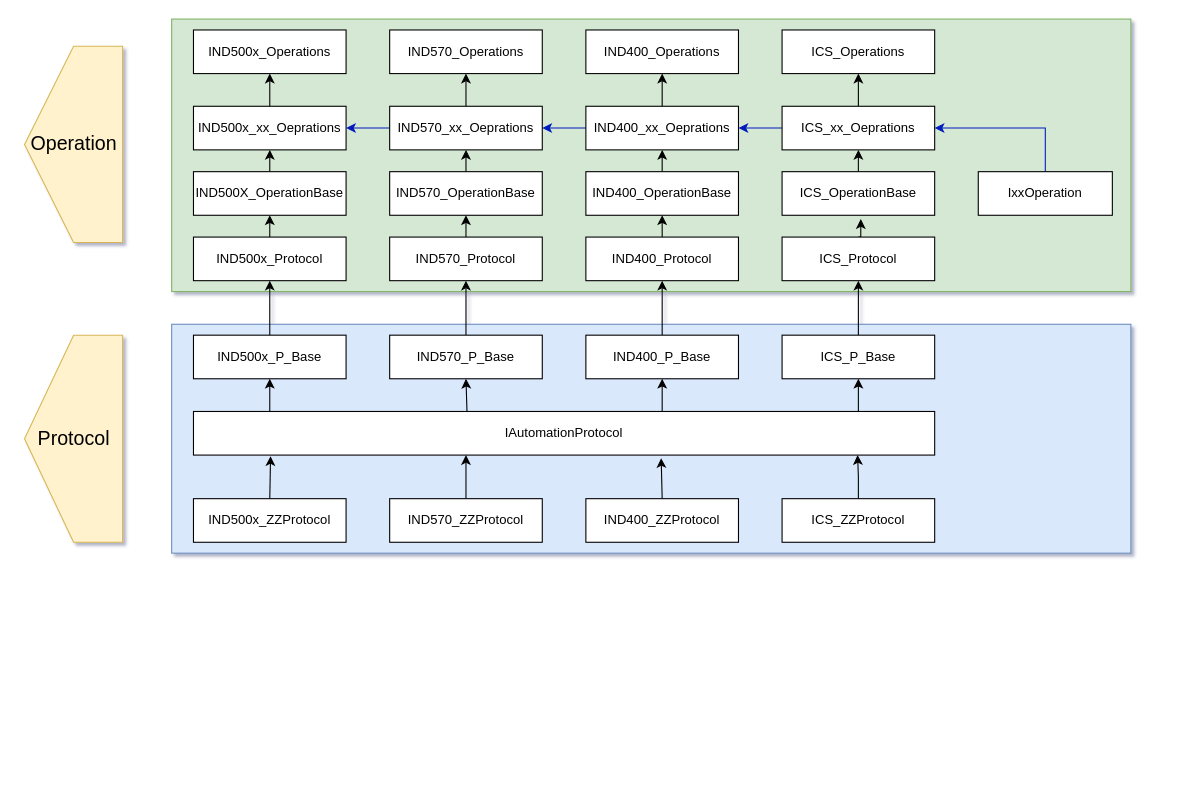
WindMoon111/hello_world keeps this draw.io diagram as 未命名绘图.drawio. Above is the earlier version. Source tidied: cells renumbered, new cells numbered last; positions are measured from the earlier drawing's top-left corner, leaving out a move shared by most shapes. Both pictures are drawn from the tidied source at 109%, with x=0, y=0 at pixel (19, 19).
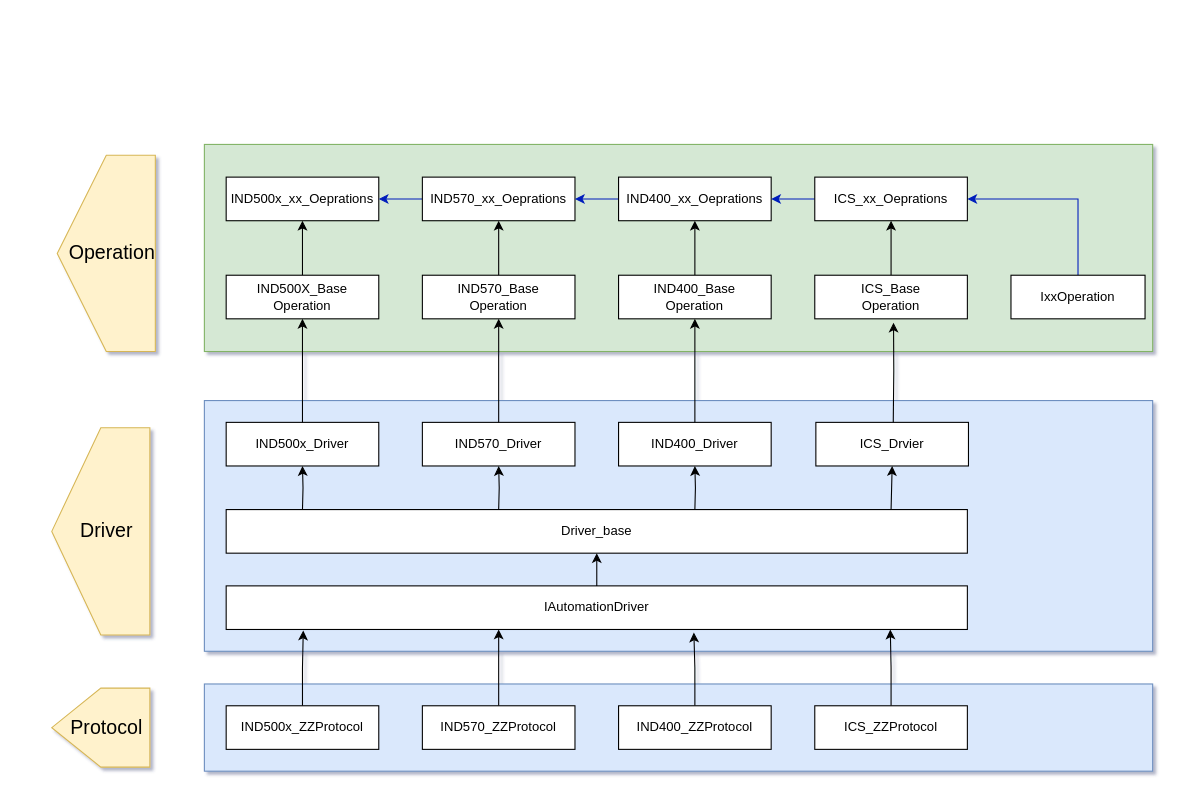
Above is the later version.

Commit message:
更新未命名绘图.drawio

The edit, as a diff of the source:
```diff
@@
+    <mxCell id="62" style="rounded=0;whiteSpace=wrap;html=1;fillColor=#dae8fc;strokeColor=#6c8ebf;" parent="1" vertex="1">
+      <mxGeometry x="170" y="350" width="870" height="230" as="geometry" />
+    </mxCell>
     <mxCell id="2" style="rounded=0;whiteSpace=wrap;html=1;fillColor=#dae8fc;strokeColor=#6c8ebf;" parent="1" vertex="1">
-      <mxGeometry x="140" y="280" width="880" height="210" as="geometry" />
+      <mxGeometry x="170" y="610" width="870" height="80" as="geometry" />
     </mxCell>
     <mxCell id="3" style="rounded=0;whiteSpace=wrap;html=1;fillColor=#d5e8d4;strokeColor=#82b366;" parent="1" vertex="1">
-      <mxGeometry x="140" width="880" height="250" as="geometry" />
+      <mxGeometry x="170" y="115" width="870" height="190" as="geometry" />
     </mxCell>
@@
     <mxCell id="5" value="IND500x_ZZProtocol" style="rounded=0;whiteSpace=wrap;html=1;" parent="1" vertex="1">
-      <mxGeometry x="160" y="440" width="140" height="40" as="geometry" />
+      <mxGeometry x="190" y="630" width="140" height="40" as="geometry" />
     </mxCell>
-    <mxCell id="6" style="edgeStyle=orthogonalEdgeStyle;rounded=0;orthogonalLoop=1;jettySize=auto;html=1;" parent="1" edge="1">
+    <mxCell id="6" style="edgeStyle=orthogonalEdgeStyle;rounded=0;jettySize=auto;html=1;exitX=0.5;exitY=0;exitDx=0;exitDy=0;" parent="1" edge="1" source="7">
       <mxGeometry relative="1" as="geometry">
-        <mxPoint x="410" y="450" as="sourcePoint" />
-        <mxPoint x="410" y="400" as="targetPoint" />
+        <mxPoint x="440" y="560" as="targetPoint" />
       </mxGeometry>
     </mxCell>
     <mxCell id="7" value="IND570_ZZProtocol" style="rounded=0;whiteSpace=wrap;html=1;" parent="1" vertex="1">
-      <mxGeometry x="340" y="440" width="140" height="40" as="geometry" />
+      <mxGeometry x="370" y="630" width="140" height="40" as="geometry" />
     </mxCell>
@@
     <mxCell id="9" value="IND400_ZZProtocol" style="rounded=0;whiteSpace=wrap;html=1;" parent="1" vertex="1">
-      <mxGeometry x="520" y="440" width="140" height="40" as="geometry" />
+      <mxGeometry x="550" y="630" width="140" height="40" as="geometry" />
     </mxCell>
@@
     <mxCell id="11" value="ICS_ZZProtocol" style="rounded=0;whiteSpace=wrap;html=1;" parent="1" vertex="1">
-      <mxGeometry x="700" y="440" width="140" height="40" as="geometry" />
+      <mxGeometry x="730" y="630" width="140" height="40" as="geometry" />
     </mxCell>
-    <mxCell id="12" value="IAutomationProtocol" style="rounded=0;whiteSpace=wrap;html=1;" parent="1" vertex="1">
-      <mxGeometry x="160" y="360" width="680" height="40" as="geometry" />
+    <mxCell id="12" value="IAutomationDriver" style="rounded=0;whiteSpace=wrap;html=1;" parent="1" vertex="1">
+      <mxGeometry x="190" y="520" width="680" height="40" as="geometry" />
     </mxCell>
-    <mxCell id="13" style="edgeStyle=orthogonalEdgeStyle;rounded=0;jettySize=auto;html=1;entryX=0.5;entryY=1;entryDx=0;entryDy=0;" parent="1" edge="1" target="15">
-      <mxGeometry relative="1" as="geometry">
-        <mxPoint x="245" y="360" as="sourcePoint" />
-      </mxGeometry>
-    </mxCell>
-    <mxCell id="14" style="edgeStyle=orthogonalEdgeStyle;rounded=0;jettySize=auto;html=1;entryX=0.5;entryY=1;entryDx=0;entryDy=0;" parent="1" edge="1" source="15" target="26">
-      <mxGeometry relative="1" as="geometry" />
-    </mxCell>
-    <mxCell id="15" value="IND500x_P_Base" style="rounded=0;whiteSpace=wrap;html=1;" parent="1" vertex="1">
-      <mxGeometry x="160" y="290" width="140" height="40" as="geometry" />
+    <mxCell id="15" value="Driver_base" style="rounded=0;whiteSpace=wrap;html=1;" parent="1" vertex="1">
+      <mxGeometry x="190" y="450" width="680" height="40" as="geometry" />
     </mxCell>
-    <mxCell id="16" style="edgeStyle=orthogonalEdgeStyle;rounded=0;jettySize=auto;html=1;exitX=0.369;exitY=-0.003;exitDx=0;exitDy=0;entryX=0.5;entryY=1;entryDx=0;entryDy=0;exitPerimeter=0;" parent="1" edge="1" source="12" target="18">
-      <mxGeometry relative="1" as="geometry" />
-    </mxCell>
-    <mxCell id="17" style="edgeStyle=orthogonalEdgeStyle;rounded=0;jettySize=auto;html=1;exitX=0.5;exitY=0;exitDx=0;exitDy=0;entryX=0.5;entryY=1;entryDx=0;entryDy=0;" parent="1" edge="1" source="18" target="28">
-      <mxGeometry relative="1" as="geometry" />
+    <mxCell id="17" style="edgeStyle=orthogonalEdgeStyle;rounded=0;jettySize=auto;html=1;exitX=0.5;exitY=0;exitDx=0;exitDy=0;entryX=0.5;entryY=1;entryDx=0;entryDy=0;" parent="1" edge="1" target="28">
+      <mxGeometry relative="1" as="geometry">
+        <mxPoint x="440" y="450" as="sourcePoint" />
+      </mxGeometry>
     </mxCell>
-    <mxCell id="18" value="IND570_P_Base" style="rounded=0;whiteSpace=wrap;html=1;" parent="1" vertex="1">
-      <mxGeometry x="340" y="290" width="140" height="40" as="geometry" />
-    </mxCell>
-    <mxCell id="19" style="edgeStyle=orthogonalEdgeStyle;rounded=0;jettySize=auto;html=1;exitX=0.5;exitY=0;exitDx=0;exitDy=0;entryX=0.5;entryY=1;entryDx=0;entryDy=0;" parent="1" edge="1" source="21" target="30">
-      <mxGeometry relative="1" as="geometry" />
+    <mxCell id="19" style="edgeStyle=orthogonalEdgeStyle;rounded=0;jettySize=auto;html=1;exitX=0.5;exitY=0;exitDx=0;exitDy=0;entryX=0.5;entryY=1;entryDx=0;entryDy=0;" parent="1" edge="1" target="30">
+      <mxGeometry relative="1" as="geometry">
+        <mxPoint x="620" y="450" as="sourcePoint" />
+      </mxGeometry>
     </mxCell>
-    <mxCell id="20" style="edgeStyle=orthogonalEdgeStyle;rounded=0;jettySize=auto;html=1;entryX=0.5;entryY=1;entryDx=0;entryDy=0;" parent="1" edge="1" target="21">
-      <mxGeometry relative="1" as="geometry">
-        <mxPoint x="590" y="360" as="sourcePoint" />
-        <Array as="points">
-          <mxPoint x="593" y="360" />
-          <mxPoint x="590" y="360" />
-        </Array>
-      </mxGeometry>
-    </mxCell>
-    <mxCell id="21" value="IND400_P_Base" style="rounded=0;whiteSpace=wrap;html=1;" parent="1" vertex="1">
-      <mxGeometry x="520" y="290" width="140" height="40" as="geometry" />
-    </mxCell>
-    <mxCell id="22" style="edgeStyle=orthogonalEdgeStyle;rounded=0;jettySize=auto;html=1;exitX=0.902;exitY=0;exitDx=0;exitDy=0;entryX=0.5;entryY=1;entryDx=0;entryDy=0;exitPerimeter=0;" parent="1" edge="1" source="12" target="24">
-      <mxGeometry relative="1" as="geometry" />
-    </mxCell>
-    <mxCell id="23" style="edgeStyle=orthogonalEdgeStyle;rounded=0;jettySize=auto;html=1;exitX=0.5;exitY=0;exitDx=0;exitDy=0;entryX=0.5;entryY=1;entryDx=0;entryDy=0;" parent="1" edge="1" source="24" target="32">
-      <mxGeometry relative="1" as="geometry" />
+    <mxCell id="23" style="edgeStyle=orthogonalEdgeStyle;rounded=0;jettySize=auto;html=1;exitX=0.5;exitY=0;exitDx=0;exitDy=0;entryX=0.5;entryY=1;entryDx=0;entryDy=0;" parent="1" edge="1" target="32">
+      <mxGeometry relative="1" as="geometry">
+        <mxPoint x="800" y="450" as="sourcePoint" />
+      </mxGeometry>
     </mxCell>
-    <mxCell id="24" value="ICS_P_Base" style="rounded=0;whiteSpace=wrap;html=1;" parent="1" vertex="1">
-      <mxGeometry x="700" y="290" width="140" height="40" as="geometry" />
-    </mxCell>
@@
-    <mxCell id="26" value="IND500x_Protocol" style="rounded=0;whiteSpace=wrap;html=1;" parent="1" vertex="1">
-      <mxGeometry x="160" y="200" width="140" height="40" as="geometry" />
+    <mxCell id="26" value="IND500x_Driver" style="rounded=0;whiteSpace=wrap;html=1;" parent="1" vertex="1">
+      <mxGeometry x="190" y="370" width="140" height="40" as="geometry" />
     </mxCell>
@@
-    <mxCell id="28" value="IND570_Protocol" style="rounded=0;whiteSpace=wrap;html=1;" parent="1" vertex="1">
-      <mxGeometry x="340" y="200" width="140" height="40" as="geometry" />
+    <mxCell id="28" value="IND570_Driver" style="rounded=0;whiteSpace=wrap;html=1;" parent="1" vertex="1">
+      <mxGeometry x="370" y="370" width="140" height="40" as="geometry" />
     </mxCell>
@@
-    <mxCell id="30" value="IND400_Protocol" style="rounded=0;whiteSpace=wrap;html=1;" parent="1" vertex="1">
-      <mxGeometry x="520" y="200" width="140" height="40" as="geometry" />
+    <mxCell id="30" value="IND400_Driver" style="rounded=0;whiteSpace=wrap;html=1;" parent="1" vertex="1">
+      <mxGeometry x="550" y="370" width="140" height="40" as="geometry" />
     </mxCell>
-    <mxCell id="31" style="edgeStyle=orthogonalEdgeStyle;rounded=0;jettySize=auto;html=1;exitX=0.5;exitY=0;exitDx=0;exitDy=0;entryX=0.516;entryY=1.088;entryDx=0;entryDy=0;entryPerimeter=0;" parent="1" edge="1" source="32" target="40">
-      <mxGeometry relative="1" as="geometry" />
+    <mxCell id="31" style="edgeStyle=orthogonalEdgeStyle;rounded=0;jettySize=auto;html=1;entryX=0.516;entryY=1.088;entryDx=0;entryDy=0;entryPerimeter=0;" parent="1" edge="1" target="40">
+      <mxGeometry relative="1" as="geometry">
+        <mxPoint x="802" y="370" as="sourcePoint" />
+      </mxGeometry>
     </mxCell>
-    <mxCell id="32" value="ICS_Protocol" style="rounded=0;whiteSpace=wrap;html=1;" parent="1" vertex="1">
-      <mxGeometry x="700" y="200" width="140" height="40" as="geometry" />
+    <mxCell id="32" value="ICS_Drvier" style="rounded=0;whiteSpace=wrap;html=1;" parent="1" vertex="1">
+      <mxGeometry x="731" y="370" width="140" height="40" as="geometry" />
     </mxCell>
@@
-    <mxCell id="34" value="IND500X_OperationBase" style="rounded=0;whiteSpace=wrap;html=1;" parent="1" vertex="1">
-      <mxGeometry x="160" y="140" width="140" height="40" as="geometry" />
+    <mxCell id="34" value="IND500X_Base&lt;br&gt;Operation" style="rounded=0;whiteSpace=wrap;html=1;" parent="1" vertex="1">
+      <mxGeometry x="190" y="235" width="140" height="40" as="geometry" />
     </mxCell>
@@
-    <mxCell id="36" value="IND570_OperationBase" style="rounded=0;whiteSpace=wrap;html=1;" parent="1" vertex="1">
-      <mxGeometry x="340" y="140" width="140" height="40" as="geometry" />
+    <mxCell id="36" value="IND570_Base&lt;br&gt;Operation" style="rounded=0;whiteSpace=wrap;html=1;" parent="1" vertex="1">
+      <mxGeometry x="370" y="235" width="140" height="40" as="geometry" />
     </mxCell>
@@
-    <mxCell id="38" value="IND400_OperationBase" style="rounded=0;whiteSpace=wrap;html=1;" parent="1" vertex="1">
-      <mxGeometry x="520" y="140" width="140" height="40" as="geometry" />
+    <mxCell id="38" value="IND400_Base&lt;br&gt;Operation" style="rounded=0;whiteSpace=wrap;html=1;" parent="1" vertex="1">
+      <mxGeometry x="550" y="235" width="140" height="40" as="geometry" />
     </mxCell>
@@
-    <mxCell id="40" value="ICS_OperationBase" style="rounded=0;whiteSpace=wrap;html=1;" parent="1" vertex="1">
-      <mxGeometry x="700" y="140" width="140" height="40" as="geometry" />
+    <mxCell id="40" value="ICS_Base&lt;br&gt;Operation" style="rounded=0;whiteSpace=wrap;html=1;" parent="1" vertex="1">
+      <mxGeometry x="730" y="235" width="140" height="40" as="geometry" />
     </mxCell>
@@
     <mxCell id="42" value="IxxOperation" style="rounded=0;whiteSpace=wrap;html=1;" parent="1" vertex="1">
-      <mxGeometry x="880" y="140" width="123" height="40" as="geometry" />
+      <mxGeometry x="910" y="235" width="123" height="40" as="geometry" />
     </mxCell>
-    <mxCell id="43" style="edgeStyle=orthogonalEdgeStyle;rounded=0;jettySize=auto;html=1;fontSize=18;" parent="1" edge="1" source="44" target="56">
-      <mxGeometry relative="1" as="geometry" />
-    </mxCell>
     <mxCell id="44" value="IND500x_xx_Oeprations" style="rounded=0;whiteSpace=wrap;html=1;" parent="1" vertex="1">
-      <mxGeometry x="160" y="80" width="140" height="40" as="geometry" />
+      <mxGeometry x="190" y="145" width="140" height="40" as="geometry" />
     </mxCell>
@@
-    <mxCell id="46" style="edgeStyle=orthogonalEdgeStyle;rounded=0;jettySize=auto;html=1;fontSize=18;" parent="1" edge="1" source="47" target="57">
-      <mxGeometry relative="1" as="geometry" />
-    </mxCell>
     <mxCell id="47" value="IND570_xx_Oeprations" style="rounded=0;whiteSpace=wrap;html=1;" parent="1" vertex="1">
-      <mxGeometry x="340" y="80" width="140" height="40" as="geometry" />
+      <mxGeometry x="370" y="145" width="140" height="40" as="geometry" />
     </mxCell>
@@
-    <mxCell id="49" style="edgeStyle=orthogonalEdgeStyle;rounded=0;jettySize=auto;html=1;fontSize=18;" parent="1" edge="1" source="50" target="55">
-      <mxGeometry relative="1" as="geometry" />
-    </mxCell>
     <mxCell id="50" value="IND400_xx_Oeprations" style="rounded=0;whiteSpace=wrap;html=1;" parent="1" vertex="1">
-      <mxGeometry x="520" y="80" width="140" height="40" as="geometry" />
+      <mxGeometry x="550" y="145" width="140" height="40" as="geometry" />
     </mxCell>
@@
-    <mxCell id="52" style="edgeStyle=orthogonalEdgeStyle;rounded=0;jettySize=auto;html=1;fontSize=18;" parent="1" edge="1" source="53" target="54">
-      <mxGeometry relative="1" as="geometry" />
-    </mxCell>
     <mxCell id="53" value="ICS_xx_Oeprations" style="rounded=0;whiteSpace=wrap;html=1;" parent="1" vertex="1">
-      <mxGeometry x="700" y="80" width="140" height="40" as="geometry" />
+      <mxGeometry x="730" y="145" width="140" height="40" as="geometry" />
     </mxCell>
-    <mxCell id="54" value="ICS_Operations" style="rounded=0;whiteSpace=wrap;html=1;" parent="1" vertex="1">
-      <mxGeometry x="700" y="10" width="140" height="40" as="geometry" />
-    </mxCell>
-    <mxCell id="55" value="IND400_Operations" style="rounded=0;whiteSpace=wrap;html=1;" parent="1" vertex="1">
-      <mxGeometry x="520" y="10" width="140" height="40" as="geometry" />
-    </mxCell>
-    <mxCell id="56" value="IND500x_Operations" style="rounded=0;whiteSpace=wrap;html=1;" parent="1" vertex="1">
-      <mxGeometry x="160" y="10" width="140" height="40" as="geometry" />
-    </mxCell>
-    <mxCell id="57" value="IND570_Operations" style="rounded=0;whiteSpace=wrap;html=1;" parent="1" vertex="1">
-      <mxGeometry x="340" y="10" width="140" height="40" as="geometry" />
-    </mxCell>
-    <mxCell id="58" style="verticalLabelPosition=bottom;verticalAlign=top;html=1;shape=offPageConnector;rounded=0;size=0.5;direction=south;fillColor=#fff2cc;strokeColor=#d6b656;" parent="1" vertex="1">
-      <mxGeometry x="5" y="290" width="90" height="190" as="geometry" />
-    </mxCell>
-    <mxCell id="59" value="&lt;font style=&quot;font-size: 18px;&quot;&gt;Protocol&lt;/font&gt;" style="text;html=1;align=center;verticalAlign=middle;strokeColor=none;fillColor=none;" parent="1" vertex="1">
-      <mxGeometry x="5" y="365" width="90" height="40" as="geometry" />
-    </mxCell>
     <mxCell id="60" style="verticalLabelPosition=bottom;verticalAlign=top;html=1;shape=offPageConnector;rounded=0;size=0.5;fontSize=20;direction=south;fillColor=#fff2cc;strokeColor=#d6b656;" parent="1" vertex="1">
-      <mxGeometry x="5" y="25" width="90" height="180" as="geometry" />
+      <mxGeometry x="35" y="125" width="90" height="180" as="geometry" />
     </mxCell>
     <mxCell id="61" value="&lt;font style=&quot;font-size: 18px;&quot;&gt;Operation&lt;/font&gt;" style="text;html=1;align=center;verticalAlign=middle;strokeColor=none;fillColor=none;" parent="1" vertex="1">
-      <mxGeometry y="95" width="100" height="40" as="geometry" />
+      <mxGeometry x="35" y="195" width="100" height="40" as="geometry" />
     </mxCell>
+    <mxCell id="63" style="edgeStyle=orthogonalEdgeStyle;rounded=0;jettySize=auto;html=1;entryX=0.5;entryY=1;entryDx=0;entryDy=0;" parent="1" edge="1" target="26">
+      <mxGeometry relative="1" as="geometry">
+        <mxPoint x="260" y="450" as="sourcePoint" />
+      </mxGeometry>
+    </mxCell>
+    <mxCell id="64" style="edgeStyle=orthogonalEdgeStyle;rounded=0;jettySize=auto;html=1;entryX=0.5;entryY=1;entryDx=0;entryDy=0;" parent="1" edge="1" target="15">
+      <mxGeometry relative="1" as="geometry">
+        <mxPoint x="530" y="520" as="sourcePoint" />
+      </mxGeometry>
+    </mxCell>
+    <mxCell id="65" style="verticalLabelPosition=bottom;verticalAlign=top;html=1;shape=offPageConnector;rounded=0;size=0.5;direction=south;fillColor=#fff2cc;strokeColor=#d6b656;" parent="1" vertex="1">
+      <mxGeometry x="30" y="375" width="90" height="190" as="geometry" />
+    </mxCell>
+    <mxCell id="66" value="&lt;font style=&quot;font-size: 18px;&quot;&gt;Driver&lt;/font&gt;" style="text;html=1;align=center;verticalAlign=middle;strokeColor=none;fillColor=none;" parent="1" vertex="1">
+      <mxGeometry x="45" y="450" width="70" height="40" as="geometry" />
+    </mxCell>
+    <mxCell id="67" style="verticalLabelPosition=bottom;verticalAlign=top;html=1;shape=offPageConnector;rounded=0;size=0.5;direction=south;fillColor=#fff2cc;strokeColor=#d6b656;" parent="1" vertex="1">
+      <mxGeometry x="30" y="613.8" width="90" height="72.5" as="geometry" />
+    </mxCell>
+    <mxCell id="59" value="&lt;font style=&quot;font-size: 18px;&quot;&gt;Protocol&lt;/font&gt;" style="text;html=1;align=center;verticalAlign=middle;strokeColor=none;fillColor=none;" parent="1" vertex="1">
+      <mxGeometry x="35" y="630" width="90" height="40" as="geometry" />
+    </mxCell>
```
